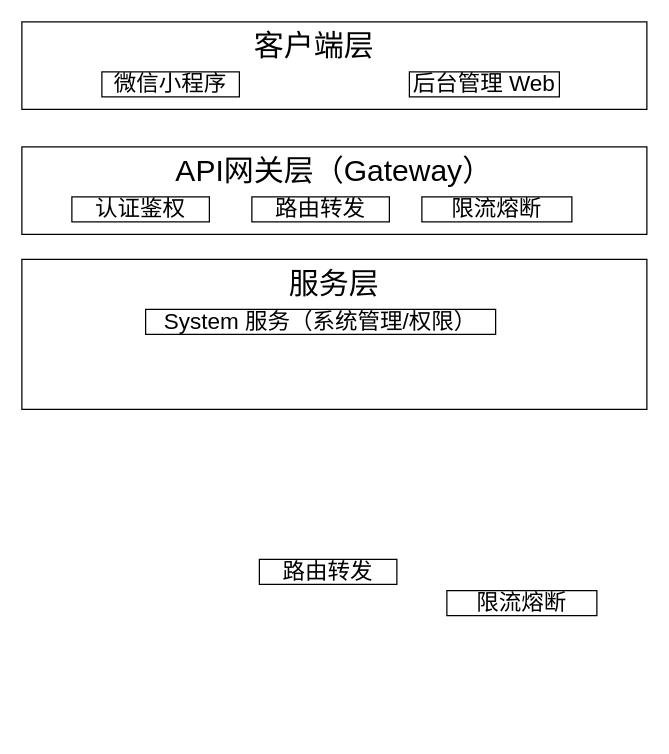
The draw.io diagram advance 层次架构图.drawio in CDXcai/draw, before the edit. Source tidied: cells renumbered, new cells numbered last; positions are measured from the earlier drawing's top-left corner, leaving out a move shared by most shapes. Both pictures are drawn from the tidied source at 125%, with x=0, y=0 at pixel (21, 21).
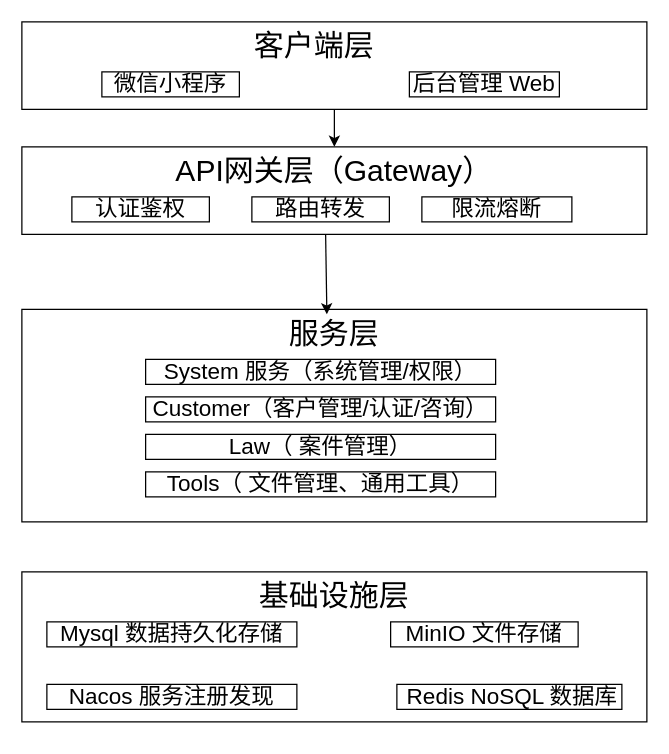
After the change.

Commit message:
更新advance 层次架构图.drawio

The change refers to these unchanged cells:
```xml
<mxCell id="2" style="rounded=0;whiteSpace=wrap;html=1;" parent="1" vertex="1">
  <mxGeometry width="500" height="70" as="geometry" />
</mxCell>
<mxCell id="7" style="rounded=0;whiteSpace=wrap;html=1;" parent="1" vertex="1">
  <mxGeometry y="100" width="500" height="70" as="geometry" />
</mxCell>
<mxCell id="8" value="&lt;font style=&quot;font-size: 24px;&quot;&gt;API网关层（Gateway&lt;/font&gt;&lt;span style=&quot;font-size: 24px; background-color: transparent; color: light-dark(rgb(0, 0, 0), rgb(255, 255, 255));&quot;&gt;）&lt;/span&gt;" style="text;html=1;whiteSpace=wrap;strokeColor=none;fillColor=none;align=center;verticalAlign=middle;rounded=0;" parent="1" vertex="1">
  <mxGeometry x="110" y="100" width="280" height="40" as="geometry" />
</mxCell>
```

What changed in the source:
```diff
@@
+    <mxCell id="19" style="edgeStyle=orthogonalEdgeStyle;rounded=0;jettySize=auto;html=1;exitX=0.5;exitY=1;exitDx=0;exitDy=0;entryX=0.5;entryY=0;entryDx=0;entryDy=0;" parent="1" edge="1" source="2" target="8">
+      <mxGeometry relative="1" as="geometry" />
+    </mxCell>
@@
     <mxCell id="13" style="rounded=0;whiteSpace=wrap;html=1;" parent="1" vertex="1">
-      <mxGeometry y="190" width="500" height="120" as="geometry" />
+      <mxGeometry y="230" width="500" height="170" as="geometry" />
     </mxCell>
     <mxCell id="14" value="&lt;span style=&quot;font-size: 24px;&quot;&gt;服务层&lt;/span&gt;" style="text;html=1;whiteSpace=wrap;strokeColor=none;fillColor=none;align=center;verticalAlign=middle;rounded=0;" parent="1" vertex="1">
-      <mxGeometry x="200" y="190" width="100" height="40" as="geometry" />
+      <mxGeometry x="200" y="230" width="100" height="40" as="geometry" />
     </mxCell>
     <mxCell id="15" value="&lt;span style=&quot;font-size: 18px;&quot;&gt;System 服务（系统管理/权限）&lt;/span&gt;" style="rounded=0;whiteSpace=wrap;html=1;" parent="1" vertex="1">
-      <mxGeometry x="99" y="230" width="280" height="20" as="geometry" />
+      <mxGeometry x="99" y="270" width="280" height="20" as="geometry" />
     </mxCell>
-    <mxCell id="16" value="&lt;span style=&quot;font-size: 18px;&quot;&gt;限流熔断&lt;/span&gt;" style="rounded=0;whiteSpace=wrap;html=1;" parent="1" vertex="1">
-      <mxGeometry x="340" y="455" width="120" height="20" as="geometry" />
-    </mxCell>
@@
-    <mxCell id="18" value="&lt;span style=&quot;font-size: 18px;&quot;&gt;路由转发&lt;/span&gt;" style="rounded=0;whiteSpace=wrap;html=1;" parent="1" vertex="1">
-      <mxGeometry x="190" y="430" width="110" height="20" as="geometry" />
-    </mxCell>
+    <mxCell id="20" value="&lt;span style=&quot;font-size: 18px;&quot;&gt;Customer（客户管理/认证/咨询）&lt;/span&gt;" style="rounded=0;whiteSpace=wrap;html=1;" parent="1" vertex="1">
+      <mxGeometry x="99" y="300" width="280" height="20" as="geometry" />
+    </mxCell>
+    <mxCell id="21" value="&lt;span style=&quot;font-size: 18px;&quot;&gt;Law（ 案件管理）&lt;/span&gt;" style="rounded=0;whiteSpace=wrap;html=1;" parent="1" vertex="1">
+      <mxGeometry x="99" y="330" width="280" height="20" as="geometry" />
+    </mxCell>
+    <mxCell id="22" value="&lt;span style=&quot;font-size: 18px;&quot;&gt;Tools（ 文件管理、通用工具）&lt;/span&gt;" style="rounded=0;whiteSpace=wrap;html=1;" parent="1" vertex="1">
+      <mxGeometry x="99" y="360" width="280" height="20" as="geometry" />
+    </mxCell>
+    <mxCell id="23" style="endArrow=classic;html=1;rounded=0;exitX=0.486;exitY=1;exitDx=0;exitDy=0;exitPerimeter=0;entryX=0.44;entryY=0.1;entryDx=0;entryDy=0;entryPerimeter=0;" parent="1" edge="1" source="7" target="14">
+      <mxGeometry relative="1" as="geometry" />
+    </mxCell>
+    <mxCell id="24" style="rounded=0;whiteSpace=wrap;html=1;" parent="1" vertex="1">
+      <mxGeometry y="440" width="500" height="120" as="geometry" />
+    </mxCell>
+    <mxCell id="25" value="&lt;span style=&quot;font-size: 24px;&quot;&gt;基础设施层&lt;/span&gt;" style="text;html=1;whiteSpace=wrap;strokeColor=none;fillColor=none;align=center;verticalAlign=middle;rounded=0;" parent="1" vertex="1">
+      <mxGeometry x="180" y="440" width="140" height="40" as="geometry" />
+    </mxCell>
+    <mxCell id="26" value="&lt;span style=&quot;font-size: 18px;&quot;&gt;Mysql 数据持久化存储&lt;/span&gt;" style="rounded=0;whiteSpace=wrap;html=1;" parent="1" vertex="1">
+      <mxGeometry x="20" y="480" width="200" height="20" as="geometry" />
+    </mxCell>
+    <mxCell id="27" value="&lt;span style=&quot;font-size: 18px;&quot;&gt;Nacos 服务注册发现&lt;/span&gt;" style="rounded=0;whiteSpace=wrap;html=1;" parent="1" vertex="1">
+      <mxGeometry x="20" y="530" width="200" height="20" as="geometry" />
+    </mxCell>
+    <mxCell id="28" style="edgeStyle=orthogonalEdgeStyle;rounded=0;orthogonalLoop=1;jettySize=auto;html=1;exitX=0.5;exitY=1;exitDx=0;exitDy=0;" parent="1" edge="1" source="24" target="24">
+      <mxGeometry relative="1" as="geometry" />
+    </mxCell>
+    <mxCell id="29" value="&lt;span style=&quot;font-size: 18px;&quot;&gt;MinIO 文件存储&lt;/span&gt;" style="rounded=0;whiteSpace=wrap;html=1;" parent="1" vertex="1">
+      <mxGeometry x="295" y="480" width="150" height="20" as="geometry" />
+    </mxCell>
+    <mxCell id="30" value="&lt;span style=&quot;font-size: 18px;&quot;&gt;&amp;nbsp;Redis NoSQL 数据库&lt;/span&gt;" style="rounded=0;whiteSpace=wrap;html=1;" parent="1" vertex="1">
+      <mxGeometry x="300" y="530" width="180" height="20" as="geometry" />
+    </mxCell>
```
